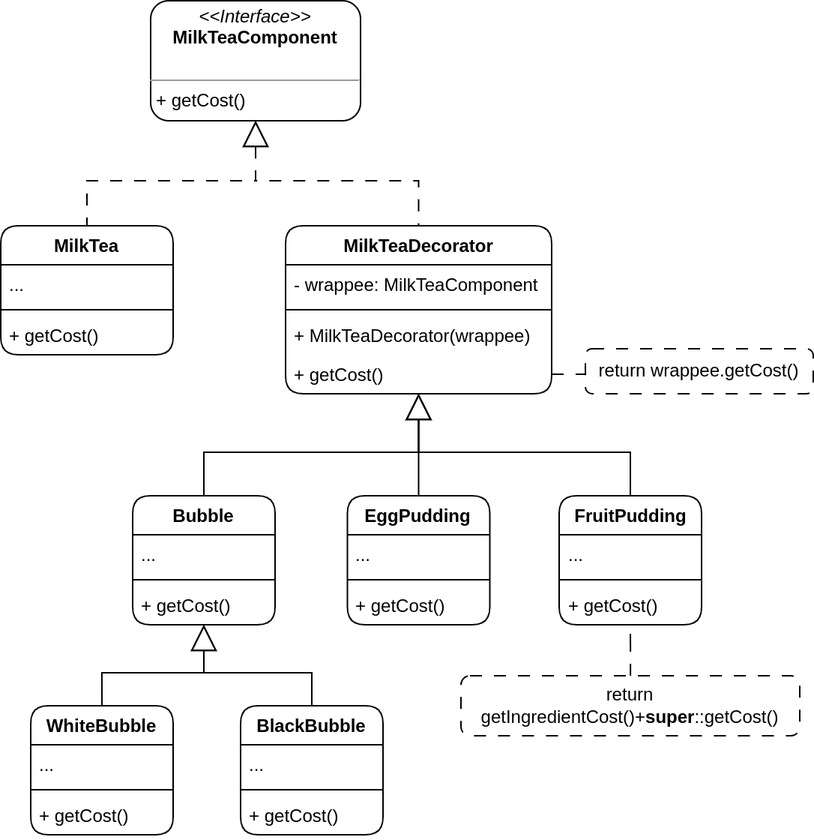
Before: Structural/Decorator/img/Decorator_Milktea.png, a diagram exported from draw.io (slo248/Design-Patterns). Source tidied: cells renumbered, new cells last; positions are measured from the earlier drawing's top-left corner, leaving out a move shared by most shapes. The source it was exported from:
```xml
<mxGraphModel>
  <root>
    <mxCell id="0" />
    <mxCell id="1" parent="0" />
    <mxCell id="2" value="MilkTea" style="swimlane;fontStyle=1;align=center;verticalAlign=top;horizontal=1;startSize=26;whiteSpace=wrap;html=1;rounded=1;" parent="1" vertex="1">
      <mxGeometry y="150" width="115" height="86" as="geometry" />
    </mxCell>
    <mxCell id="3" value="..." style="text;strokeColor=none;fillColor=none;align=left;verticalAlign=top;spacingLeft=4;spacingRight=4;overflow=hidden;whiteSpace=wrap;html=1;" parent="2" vertex="1">
      <mxGeometry y="26" width="115" height="26" as="geometry" />
    </mxCell>
    <mxCell id="4" style="line;strokeWidth=1;fillColor=none;align=left;verticalAlign=middle;spacingTop=-1;spacingLeft=3;spacingRight=3;labelPosition=right;strokeColor=inherit;" parent="2" vertex="1">
      <mxGeometry y="52" width="115" height="8" as="geometry" />
    </mxCell>
    <mxCell id="5" value="+ getCost()" style="text;strokeColor=none;fillColor=none;align=left;verticalAlign=top;spacingLeft=4;spacingRight=4;overflow=hidden;whiteSpace=wrap;html=1;" parent="2" vertex="1">
      <mxGeometry y="60" width="115" height="26" as="geometry" />
    </mxCell>
    <mxCell id="6" style="edgeStyle=orthogonalEdgeStyle;shape=connector;rounded=0;jettySize=auto;html=1;exitX=0.5;exitY=1;exitDx=0;exitDy=0;entryX=0.5;entryY=0;entryDx=0;entryDy=0;labelBackgroundColor=default;strokeColor=default;align=center;verticalAlign=middle;fontFamily=Helvetica;fontSize=12;fontColor=default;startArrow=block;startFill=0;endArrow=none;endFill=0;startSize=15;dashed=1;dashPattern=8 8;" parent="1" edge="1" source="8" target="2">
      <mxGeometry relative="1" as="geometry" />
    </mxCell>
    <mxCell id="7" style="edgeStyle=orthogonalEdgeStyle;shape=connector;rounded=0;jettySize=auto;html=1;exitX=0.5;exitY=1;exitDx=0;exitDy=0;entryX=0.5;entryY=0;entryDx=0;entryDy=0;labelBackgroundColor=default;strokeColor=default;align=center;verticalAlign=middle;fontFamily=Helvetica;fontSize=12;fontColor=default;startArrow=block;startFill=0;endArrow=none;endFill=0;startSize=15;dashed=1;dashPattern=8 8;" parent="1" edge="1" source="8" target="12">
      <mxGeometry relative="1" as="geometry" />
    </mxCell>
    <mxCell id="8" value="&lt;p style=&quot;margin:0px;margin-top:4px;text-align:center;&quot;&gt;&lt;i&gt;&amp;lt;&amp;lt;Interface&amp;gt;&amp;gt;&lt;/i&gt;&lt;br&gt;&lt;b&gt;MilkTeaComponent&lt;/b&gt;&lt;/p&gt;&lt;p style=&quot;margin:0px;margin-left:4px;&quot;&gt;&lt;br&gt;&lt;/p&gt;&lt;hr size=&quot;1&quot;&gt;&lt;p style=&quot;margin:0px;margin-left:4px;&quot;&gt;+ getCost()&lt;/p&gt;" style="verticalAlign=top;align=left;overflow=fill;fontSize=12;fontFamily=Helvetica;html=1;whiteSpace=wrap;rounded=1;strokeColor=default;fontColor=default;startSize=26;fillColor=default;" parent="1" vertex="1">
      <mxGeometry x="100" width="140" height="80" as="geometry" />
    </mxCell>
    <mxCell id="9" style="edgeStyle=orthogonalEdgeStyle;shape=connector;rounded=0;jettySize=auto;html=1;exitX=0.5;exitY=1;exitDx=0;exitDy=0;entryX=0.5;entryY=0;entryDx=0;entryDy=0;labelBackgroundColor=default;strokeColor=default;align=center;verticalAlign=middle;fontFamily=Helvetica;fontSize=12;fontColor=default;startArrow=block;startFill=0;endArrow=none;endFill=0;startSize=15;" parent="1" edge="1" source="12" target="19">
      <mxGeometry relative="1" as="geometry" />
    </mxCell>
    <mxCell id="10" style="edgeStyle=orthogonalEdgeStyle;shape=connector;rounded=0;jettySize=auto;html=1;exitX=0.5;exitY=1;exitDx=0;exitDy=0;entryX=0.5;entryY=0;entryDx=0;entryDy=0;labelBackgroundColor=default;strokeColor=default;align=center;verticalAlign=middle;fontFamily=Helvetica;fontSize=12;fontColor=default;startArrow=block;startFill=0;endArrow=none;endFill=0;startSize=15;" parent="1" edge="1" source="12" target="23">
      <mxGeometry relative="1" as="geometry" />
    </mxCell>
    <mxCell id="11" style="edgeStyle=orthogonalEdgeStyle;shape=connector;rounded=0;jettySize=auto;html=1;entryX=0.5;entryY=0;entryDx=0;entryDy=0;labelBackgroundColor=default;strokeColor=default;align=center;verticalAlign=middle;fontFamily=Helvetica;fontSize=12;fontColor=default;startArrow=block;startFill=0;endArrow=none;endFill=0;startSize=15;exitX=0.5;exitY=1;exitDx=0;exitDy=0;" parent="1" edge="1" source="12" target="35">
      <mxGeometry relative="1" as="geometry" />
    </mxCell>
    <mxCell id="12" value="MilkTeaDecorator" style="swimlane;fontStyle=1;align=center;verticalAlign=top;horizontal=1;startSize=26;whiteSpace=wrap;html=1;rounded=1;" parent="1" vertex="1">
      <mxGeometry x="190" y="150" width="177.5" height="112" as="geometry" />
    </mxCell>
    <mxCell id="13" value="- wrappee: MilkTeaComponent" style="text;strokeColor=none;fillColor=none;align=left;verticalAlign=top;spacingLeft=4;spacingRight=4;overflow=hidden;whiteSpace=wrap;html=1;" parent="12" vertex="1">
      <mxGeometry y="26" width="177.5" height="26" as="geometry" />
    </mxCell>
    <mxCell id="14" style="line;strokeWidth=1;fillColor=none;align=left;verticalAlign=middle;spacingTop=-1;spacingLeft=3;spacingRight=3;labelPosition=right;strokeColor=inherit;" parent="12" vertex="1">
      <mxGeometry y="52" width="177.5" height="8" as="geometry" />
    </mxCell>
    <mxCell id="15" value="+ MilkTeaDecorator(wrappee)" style="text;strokeColor=none;fillColor=none;align=left;verticalAlign=top;spacingLeft=4;spacingRight=4;overflow=hidden;whiteSpace=wrap;html=1;" parent="12" vertex="1">
      <mxGeometry y="60" width="177.5" height="26" as="geometry" />
    </mxCell>
    <mxCell id="16" value="+ getCost()" style="text;strokeColor=none;fillColor=none;align=left;verticalAlign=top;spacingLeft=4;spacingRight=4;overflow=hidden;points=[[0,0.5],[1,0.5]];portConstraint=eastwest;whiteSpace=wrap;html=1;" parent="12" vertex="1">
      <mxGeometry y="86" width="177.5" height="26" as="geometry" />
    </mxCell>
    <mxCell id="17" style="edgeStyle=orthogonalEdgeStyle;shape=connector;rounded=0;jettySize=auto;html=1;entryX=0.5;entryY=0;entryDx=0;entryDy=0;labelBackgroundColor=default;strokeColor=default;align=center;verticalAlign=middle;fontFamily=Helvetica;fontSize=12;fontColor=default;startArrow=block;startFill=0;endArrow=none;endFill=0;startSize=15;" parent="1" edge="1" source="19" target="27">
      <mxGeometry relative="1" as="geometry" />
    </mxCell>
    <mxCell id="18" style="edgeStyle=orthogonalEdgeStyle;shape=connector;rounded=0;jettySize=auto;html=1;entryX=0.5;entryY=0;entryDx=0;entryDy=0;labelBackgroundColor=default;strokeColor=default;align=center;verticalAlign=middle;fontFamily=Helvetica;fontSize=12;fontColor=default;startArrow=block;startFill=0;endArrow=none;endFill=0;startSize=15;" parent="1" edge="1" source="19" target="31">
      <mxGeometry relative="1" as="geometry" />
    </mxCell>
    <mxCell id="19" value="Bubble" style="swimlane;fontStyle=1;align=center;verticalAlign=top;horizontal=1;startSize=26;whiteSpace=wrap;html=1;rounded=1;strokeColor=default;fontFamily=Helvetica;fontSize=12;fontColor=default;fillColor=default;" parent="1" vertex="1">
      <mxGeometry x="88" y="330" width="95" height="86" as="geometry" />
    </mxCell>
    <mxCell id="20" value="..." style="text;strokeColor=none;fillColor=none;align=left;verticalAlign=top;spacingLeft=4;spacingRight=4;overflow=hidden;whiteSpace=wrap;html=1;fontSize=12;fontFamily=Helvetica;fontColor=default;" parent="19" vertex="1">
      <mxGeometry y="26" width="95" height="26" as="geometry" />
    </mxCell>
    <mxCell id="21" style="line;strokeWidth=1;fillColor=none;align=left;verticalAlign=middle;spacingTop=-1;spacingLeft=3;spacingRight=3;labelPosition=right;strokeColor=inherit;rounded=1;fontFamily=Helvetica;fontSize=12;fontColor=default;startSize=26;html=1;" parent="19" vertex="1">
      <mxGeometry y="52" width="95" height="8" as="geometry" />
    </mxCell>
    <mxCell id="22" value="+ getCost()" style="text;strokeColor=none;fillColor=none;align=left;verticalAlign=top;spacingLeft=4;spacingRight=4;overflow=hidden;whiteSpace=wrap;html=1;fontSize=12;fontFamily=Helvetica;fontColor=default;" parent="19" vertex="1">
      <mxGeometry y="60" width="95" height="26" as="geometry" />
    </mxCell>
    <mxCell id="23" value="EggPudding" style="swimlane;fontStyle=1;align=center;verticalAlign=top;horizontal=1;startSize=26;whiteSpace=wrap;html=1;rounded=1;strokeColor=default;fontFamily=Helvetica;fontSize=12;fontColor=default;fillColor=default;" parent="1" vertex="1">
      <mxGeometry x="231.2" y="330" width="95" height="86" as="geometry" />
    </mxCell>
    <mxCell id="24" value="..." style="text;strokeColor=none;fillColor=none;align=left;verticalAlign=top;spacingLeft=4;spacingRight=4;overflow=hidden;whiteSpace=wrap;html=1;fontSize=12;fontFamily=Helvetica;fontColor=default;" parent="23" vertex="1">
      <mxGeometry y="26" width="95" height="26" as="geometry" />
    </mxCell>
    <mxCell id="25" style="line;strokeWidth=1;fillColor=none;align=left;verticalAlign=middle;spacingTop=-1;spacingLeft=3;spacingRight=3;labelPosition=right;strokeColor=inherit;rounded=1;fontFamily=Helvetica;fontSize=12;fontColor=default;startSize=26;html=1;" parent="23" vertex="1">
      <mxGeometry y="52" width="95" height="8" as="geometry" />
    </mxCell>
    <mxCell id="26" value="+ getCost()" style="text;strokeColor=none;fillColor=none;align=left;verticalAlign=top;spacingLeft=4;spacingRight=4;overflow=hidden;whiteSpace=wrap;html=1;fontSize=12;fontFamily=Helvetica;fontColor=default;" parent="23" vertex="1">
      <mxGeometry y="60" width="95" height="26" as="geometry" />
    </mxCell>
    <mxCell id="27" value="WhiteBubble" style="swimlane;fontStyle=1;align=center;verticalAlign=top;horizontal=1;startSize=26;whiteSpace=wrap;html=1;rounded=1;strokeColor=default;fontFamily=Helvetica;fontSize=12;fontColor=default;fillColor=default;" parent="1" vertex="1">
      <mxGeometry x="20" y="470" width="95" height="86" as="geometry" />
    </mxCell>
    <mxCell id="28" value="..." style="text;strokeColor=none;fillColor=none;align=left;verticalAlign=top;spacingLeft=4;spacingRight=4;overflow=hidden;whiteSpace=wrap;html=1;fontSize=12;fontFamily=Helvetica;fontColor=default;" parent="27" vertex="1">
      <mxGeometry y="26" width="95" height="26" as="geometry" />
    </mxCell>
    <mxCell id="29" style="line;strokeWidth=1;fillColor=none;align=left;verticalAlign=middle;spacingTop=-1;spacingLeft=3;spacingRight=3;labelPosition=right;strokeColor=inherit;rounded=1;fontFamily=Helvetica;fontSize=12;fontColor=default;startSize=26;html=1;" parent="27" vertex="1">
      <mxGeometry y="52" width="95" height="8" as="geometry" />
    </mxCell>
    <mxCell id="30" value="+ getCost()" style="text;strokeColor=none;fillColor=none;align=left;verticalAlign=top;spacingLeft=4;spacingRight=4;overflow=hidden;whiteSpace=wrap;html=1;fontSize=12;fontFamily=Helvetica;fontColor=default;" parent="27" vertex="1">
      <mxGeometry y="60" width="95" height="26" as="geometry" />
    </mxCell>
    <mxCell id="31" value="BlackBubble" style="swimlane;fontStyle=1;align=center;verticalAlign=top;horizontal=1;startSize=26;whiteSpace=wrap;html=1;rounded=1;strokeColor=default;fontFamily=Helvetica;fontSize=12;fontColor=default;fillColor=default;" parent="1" vertex="1">
      <mxGeometry x="160" y="470" width="95" height="86" as="geometry" />
    </mxCell>
    <mxCell id="32" value="..." style="text;strokeColor=none;fillColor=none;align=left;verticalAlign=top;spacingLeft=4;spacingRight=4;overflow=hidden;whiteSpace=wrap;html=1;fontSize=12;fontFamily=Helvetica;fontColor=default;" parent="31" vertex="1">
      <mxGeometry y="26" width="95" height="26" as="geometry" />
    </mxCell>
    <mxCell id="33" style="line;strokeWidth=1;fillColor=none;align=left;verticalAlign=middle;spacingTop=-1;spacingLeft=3;spacingRight=3;labelPosition=right;strokeColor=inherit;rounded=1;fontFamily=Helvetica;fontSize=12;fontColor=default;startSize=26;html=1;" parent="31" vertex="1">
      <mxGeometry y="52" width="95" height="8" as="geometry" />
    </mxCell>
    <mxCell id="34" value="+ getCost()" style="text;strokeColor=none;fillColor=none;align=left;verticalAlign=top;spacingLeft=4;spacingRight=4;overflow=hidden;whiteSpace=wrap;html=1;fontSize=12;fontFamily=Helvetica;fontColor=default;" parent="31" vertex="1">
      <mxGeometry y="60" width="95" height="26" as="geometry" />
    </mxCell>
    <mxCell id="35" value="FruitPudding" style="swimlane;fontStyle=1;align=center;verticalAlign=top;horizontal=1;startSize=26;whiteSpace=wrap;html=1;rounded=1;strokeColor=default;fontFamily=Helvetica;fontSize=12;fontColor=default;fillColor=default;" parent="1" vertex="1">
      <mxGeometry x="372.5" y="330" width="95" height="86" as="geometry" />
    </mxCell>
    <mxCell id="36" value="..." style="text;strokeColor=none;fillColor=none;align=left;verticalAlign=top;spacingLeft=4;spacingRight=4;overflow=hidden;whiteSpace=wrap;html=1;fontSize=12;fontFamily=Helvetica;fontColor=default;" parent="35" vertex="1">
      <mxGeometry y="26" width="95" height="26" as="geometry" />
    </mxCell>
    <mxCell id="37" style="line;strokeWidth=1;fillColor=none;align=left;verticalAlign=middle;spacingTop=-1;spacingLeft=3;spacingRight=3;labelPosition=right;strokeColor=inherit;rounded=1;fontFamily=Helvetica;fontSize=12;fontColor=default;startSize=26;html=1;" parent="35" vertex="1">
      <mxGeometry y="52" width="95" height="8" as="geometry" />
    </mxCell>
    <mxCell id="38" value="+ getCost()" style="text;strokeColor=none;fillColor=none;align=left;verticalAlign=top;spacingLeft=4;spacingRight=4;overflow=hidden;whiteSpace=wrap;html=1;fontSize=12;fontFamily=Helvetica;fontColor=default;" parent="35" vertex="1">
      <mxGeometry y="60" width="95" height="26" as="geometry" />
    </mxCell>
    <mxCell id="39" value="return wrappee.getCost()" style="text;html=1;strokeColor=default;fillColor=none;align=center;verticalAlign=middle;whiteSpace=wrap;rounded=1;fontSize=12;fontFamily=Helvetica;fontColor=default;dashed=1;dashPattern=8 8;" parent="1" vertex="1">
      <mxGeometry x="390" y="232" width="152" height="30" as="geometry" />
    </mxCell>
    <mxCell id="40" style="edgeStyle=orthogonalEdgeStyle;shape=connector;rounded=0;jettySize=auto;html=1;exitX=1;exitY=0.5;exitDx=0;exitDy=0;entryX=0;entryY=0.5;entryDx=0;entryDy=0;labelBackgroundColor=default;strokeColor=default;align=center;verticalAlign=middle;fontFamily=Helvetica;fontSize=12;fontColor=default;startArrow=none;startFill=0;endArrow=none;endFill=0;startSize=15;dashed=1;dashPattern=8 8;" parent="1" edge="1" source="16" target="39">
      <mxGeometry relative="1" as="geometry" />
    </mxCell>
    <mxCell id="41" style="edgeStyle=orthogonalEdgeStyle;shape=connector;rounded=0;jettySize=auto;html=1;entryX=0.5;entryY=1;entryDx=0;entryDy=0;labelBackgroundColor=default;strokeColor=default;align=center;verticalAlign=middle;fontFamily=Helvetica;fontSize=12;fontColor=default;startArrow=none;startFill=0;endArrow=none;endFill=0;startSize=15;dashed=1;dashPattern=8 8;" parent="1" edge="1" source="42" target="35">
      <mxGeometry relative="1" as="geometry" />
    </mxCell>
    <mxCell id="42" value="return getIngredientCost()+&lt;b&gt;super&lt;/b&gt;::getCost()" style="text;html=1;strokeColor=default;fillColor=none;align=center;verticalAlign=middle;whiteSpace=wrap;rounded=1;fontSize=12;fontFamily=Helvetica;fontColor=default;dashed=1;dashPattern=8 8;" parent="1" vertex="1">
      <mxGeometry x="307" y="450" width="226" height="40" as="geometry" />
    </mxCell>
  </root>
</mxGraphModel>
```
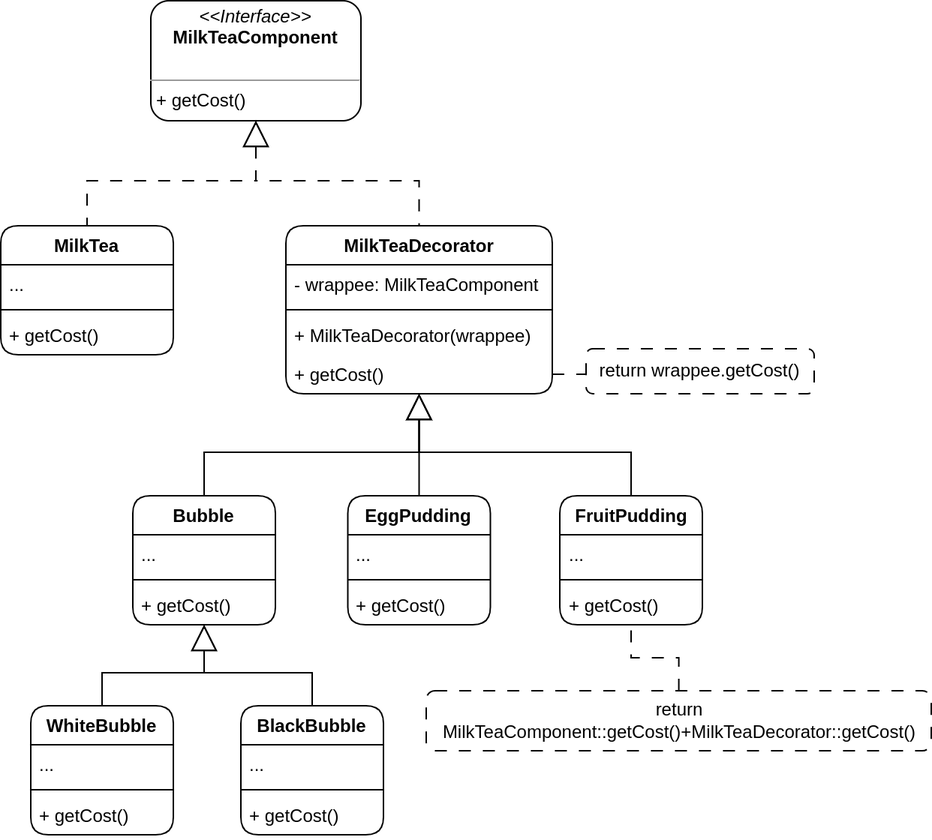
After the commit.

Diff of the diagram source:
```diff
@@ -122,8 +122,8 @@
     <mxCell id="41" style="edgeStyle=orthogonalEdgeStyle;shape=connector;rounded=0;jettySize=auto;html=1;entryX=0.5;entryY=1;entryDx=0;entryDy=0;labelBackgroundColor=default;strokeColor=default;align=center;verticalAlign=middle;fontFamily=Helvetica;fontSize=12;fontColor=default;startArrow=none;startFill=0;endArrow=none;endFill=0;startSize=15;dashed=1;dashPattern=8 8;" parent="1" edge="1" source="42" target="35">
       <mxGeometry relative="1" as="geometry" />
     </mxCell>
-    <mxCell id="42" value="return getIngredientCost()+&lt;b&gt;super&lt;/b&gt;::getCost()" style="text;html=1;strokeColor=default;fillColor=none;align=center;verticalAlign=middle;whiteSpace=wrap;rounded=1;fontSize=12;fontFamily=Helvetica;fontColor=default;dashed=1;dashPattern=8 8;" parent="1" vertex="1">
-      <mxGeometry x="307" y="450" width="226" height="40" as="geometry" />
+    <mxCell id="42" value="return &lt;br&gt;MilkTeaComponent::getCost()+MilkTeaDecorator::getCost()" style="text;html=1;strokeColor=default;fillColor=none;align=center;verticalAlign=middle;whiteSpace=wrap;rounded=1;fontSize=12;fontFamily=Helvetica;fontColor=default;dashed=1;dashPattern=8 8;" parent="1" vertex="1">
+      <mxGeometry x="283.5" y="460" width="336.5" height="40" as="geometry" />
     </mxCell>
   </root>
 </mxGraphModel>
```
